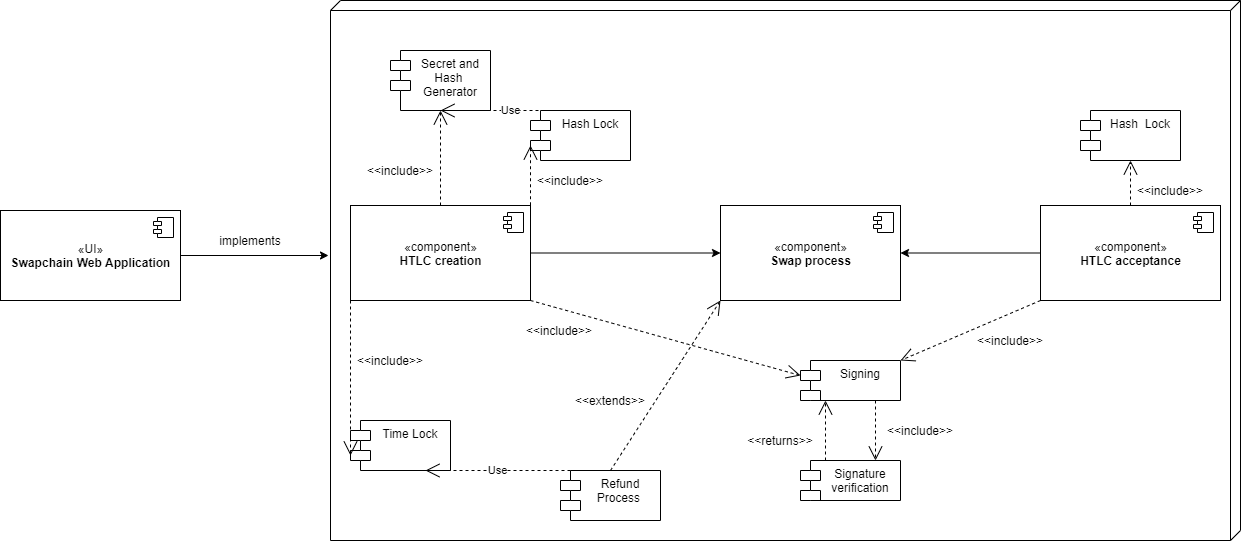
Earlier version of the draw.io export docs/static/img/UML_new.png (chronark/swapchain). Source tidied: cells renumbered, new cells last; positions are measured from the earlier drawing's top-left corner, leaving out a move shared by most shapes.
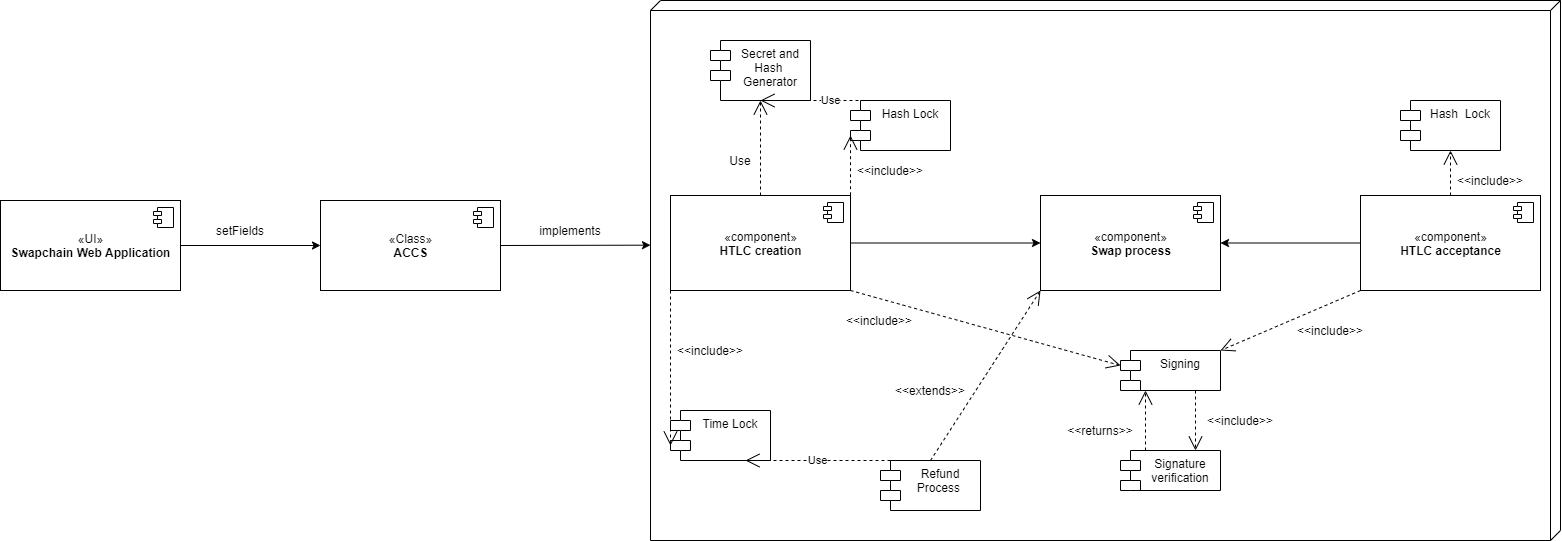
After the change.

Commit message:
Adjust UML

The edit, as a diff of the source:
```diff
@@ -3,7 +3,7 @@
     <mxCell id="0" />
     <mxCell id="1" parent="0" />
     <mxCell id="2" value="«UI»&lt;br&gt;&lt;b&gt;Swapchain Web Application&lt;/b&gt;" style="html=1;" parent="1" vertex="1">
-      <mxGeometry y="210" width="180" height="90" as="geometry" />
+      <mxGeometry x="-320" y="210" width="180" height="90" as="geometry" />
     </mxCell>
     <mxCell id="3" style="shape=component;jettyWidth=8;jettyHeight=4;" parent="2" vertex="1">
       <mxGeometry x="1" width="20" height="20" relative="1" as="geometry">
@@ -27,8 +27,8 @@
     <mxCell id="7" value="Secret and&#10;Hash &#10;Generator" style="shape=module;align=left;spacingLeft=20;align=center;verticalAlign=top;strokeColor=#000000;" parent="1" vertex="1">
       <mxGeometry x="390" y="50" width="100" height="60" as="geometry" />
     </mxCell>
-    <mxCell id="8" value="&amp;lt;&amp;lt;include&amp;gt;&amp;gt;" style="text;html=1;strokeColor=none;fillColor=none;align=center;verticalAlign=middle;whiteSpace=wrap;rounded=0;" parent="1" vertex="1">
-      <mxGeometry x="380" y="160" width="40" height="20" as="geometry" />
+    <mxCell id="8" value="Use" style="text;html=1;strokeColor=none;fillColor=none;align=center;verticalAlign=middle;whiteSpace=wrap;rounded=0;" parent="1" vertex="1">
+      <mxGeometry x="400" y="160" width="40" height="20" as="geometry" />
     </mxCell>
     <mxCell id="9" value="Hash Lock" style="shape=module;align=left;spacingLeft=20;align=center;verticalAlign=top;strokeColor=#000000;" parent="1" vertex="1">
       <mxGeometry x="530" y="110" width="100" height="50" as="geometry" />
@@ -58,7 +58,7 @@
       <mxGeometry relative="1" as="geometry" />
     </mxCell>
     <mxCell id="18" style="verticalAlign=top;align=left;spacingTop=8;spacingLeft=2;spacingRight=12;shape=cube;size=10;direction=south;fontStyle=4;html=1;strokeColor=#000000;fillColor=none;gradientColor=none;fontColor=#000000;" parent="1" vertex="1">
-      <mxGeometry x="330" width="910" height="540" as="geometry" />
+      <mxGeometry x="330" y="10" width="910" height="540" as="geometry" />
     </mxCell>
     <mxCell id="19" style="endArrow=open;dashed=1;endFill=0;endSize=12;html=1;strokeColor=#000000;exitX=0.5;exitY=0;exitDx=0;exitDy=0;" parent="1" edge="1" source="4" target="7">
       <mxGeometry relative="1" as="geometry" />
@@ -130,13 +130,27 @@
     <mxCell id="40" value="&amp;lt;&amp;lt;extends&amp;gt;&amp;gt;" style="text;html=1;strokeColor=none;fillColor=none;align=center;verticalAlign=middle;whiteSpace=wrap;rounded=0;rotation=0;" parent="1" vertex="1">
       <mxGeometry x="590" y="390" width="40" height="20" as="geometry" />
     </mxCell>
-    <mxCell id="41" style="endArrow=classic;html=1;exitX=1;exitY=0.5;exitDx=0;exitDy=0;" parent="1" edge="1" source="2">
-      <mxGeometry relative="1" as="geometry">
-        <mxPoint x="328" y="255" as="targetPoint" />
-      </mxGeometry>
+    <mxCell id="41" style="endArrow=classic;html=1;exitX=1;exitY=0.5;exitDx=0;exitDy=0;entryX=0;entryY=0.5;entryDx=0;entryDy=0;" parent="1" edge="1" source="2" target="43">
+      <mxGeometry relative="1" as="geometry" />
     </mxCell>
-    <mxCell id="42" value="implements" style="text;html=1;strokeColor=none;fillColor=none;align=center;verticalAlign=middle;whiteSpace=wrap;rounded=0;rotation=0;" parent="1" vertex="1">
-      <mxGeometry x="230" y="230" width="40" height="20" as="geometry" />
+    <mxCell id="42" value="setFields" style="text;html=1;strokeColor=none;fillColor=none;align=center;verticalAlign=middle;whiteSpace=wrap;rounded=0;rotation=0;" parent="1" vertex="1">
+      <mxGeometry x="-100" y="230" width="40" height="20" as="geometry" />
     </mxCell>
+    <mxCell id="43" value="«Class»&lt;br&gt;&lt;b&gt;ACCS&lt;/b&gt;" style="html=1;" parent="1" vertex="1">
+      <mxGeometry y="210" width="180" height="90" as="geometry" />
+    </mxCell>
+    <mxCell id="44" style="shape=component;jettyWidth=8;jettyHeight=4;" parent="43" vertex="1">
+      <mxGeometry x="1" width="20" height="20" relative="1" as="geometry">
+        <mxPoint x="-27" y="7" as="offset" />
+      </mxGeometry>
+    </mxCell>
+    <mxCell id="45" style="endArrow=classic;html=1;exitX=1;exitY=0.5;exitDx=0;exitDy=0;" parent="1" edge="1" source="43">
+      <mxGeometry relative="1" as="geometry">
+        <mxPoint x="330" y="254.7" as="targetPoint" />
+      </mxGeometry>
+    </mxCell>
+    <mxCell id="46" value="implements" style="text;html=1;strokeColor=none;fillColor=none;align=center;verticalAlign=middle;whiteSpace=wrap;rounded=0;rotation=0;" parent="1" vertex="1">
+      <mxGeometry x="230" y="230" width="40" height="20" as="geometry" />
+    </mxCell>
   </root>
 </mxGraphModel>
```
